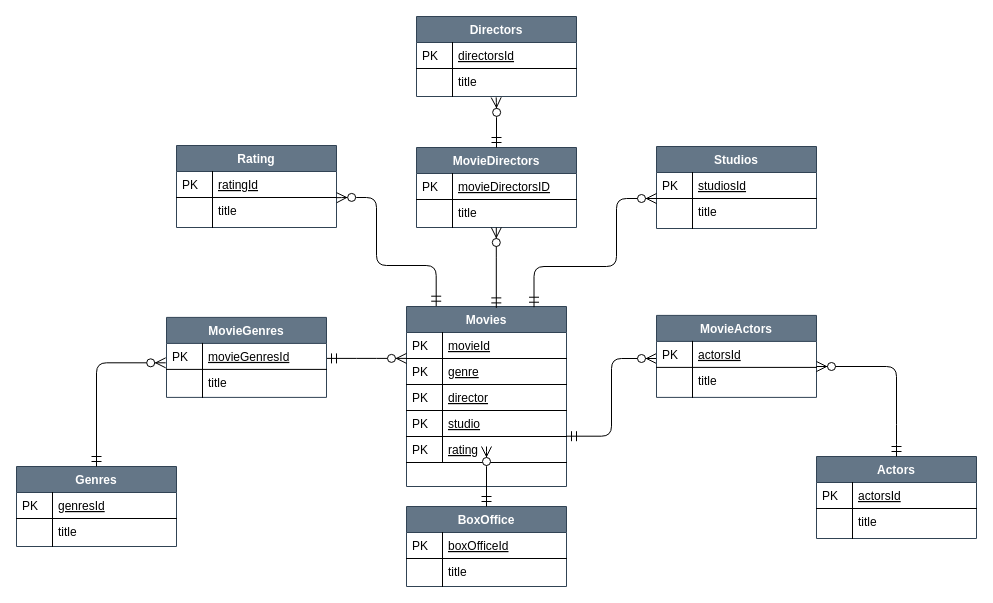
This is Untitled Diagram.drawio from Vytautasragaisis07/db_diagram, a draw.io file, before an edit. Source tidied: cells renumbered, new cells numbered last; positions are measured from the earlier drawing's top-left corner, leaving out a move shared by most shapes. Both pictures are drawn from the tidied source at 100%, with x=0, y=0 at pixel (16, 16).
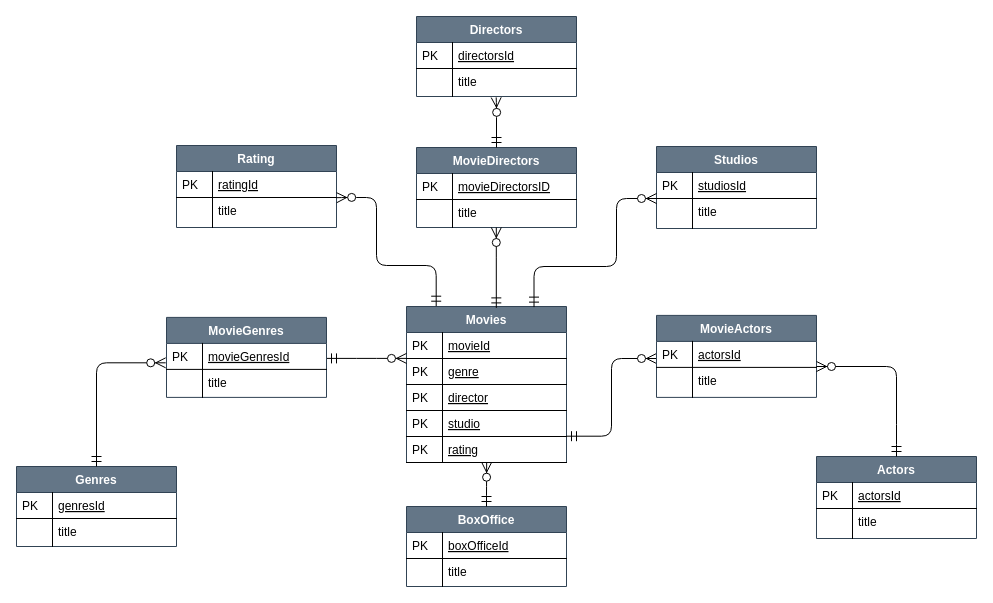
The same diagram, later.

The change refers to these unchanged cells:
```xml
<mxCell id="11" value="rating" style="shape=partialRectangle;top=0;left=0;right=0;bottom=1;align=left;verticalAlign=top;fillColor=none;spacingLeft=40;spacingRight=4;overflow=hidden;points=[[0,0.5],[1,0.5]];portConstraint=eastwest;rounded=0;shadow=0;strokeWidth=1;fontStyle=4;" parent="2" vertex="1">
  <mxGeometry y="130" width="160" height="26" as="geometry" />
</mxCell>
```

Change to the diagram source:
```diff
@@
     <mxCell id="2" value="Movies" style="swimlane;fontStyle=1;horizontal=1;startSize=26;rounded=0;shadow=0;strokeWidth=1;fillColor=#647687;strokeColor=#314354;fontColor=#ffffff;" parent="1" vertex="1">
-      <mxGeometry x="390" y="290" width="160" height="180" as="geometry" />
+      <mxGeometry x="390" y="290" width="160" height="156" as="geometry" />
     </mxCell>
@@
-    <mxCell id="42" style="edgeStyle=orthogonalEdgeStyle;endArrow=ERzeroToMany;startArrow=ERmandOne;shadow=0;strokeWidth=1;endSize=8;startSize=8;" parent="1" edge="1">
+    <mxCell id="42" style="edgeStyle=orthogonalEdgeStyle;endArrow=ERzeroToMany;startArrow=ERmandOne;shadow=0;strokeWidth=1;endSize=8;startSize=8;entryX=0.501;entryY=0.989;entryDx=0;entryDy=0;entryPerimeter=0;" parent="1" edge="1" target="11">
       <mxGeometry relative="1" as="geometry">
         <mxPoint x="470" y="490" as="sourcePoint" />
-        <mxPoint x="470" y="430" as="targetPoint" />
         <Array as="points">
-          <mxPoint x="469.5" y="440.1" />
-          <mxPoint x="469.5" y="440.1" />
+          <mxPoint x="470" y="480" />
         </Array>
       </mxGeometry>
     </mxCell>
```
